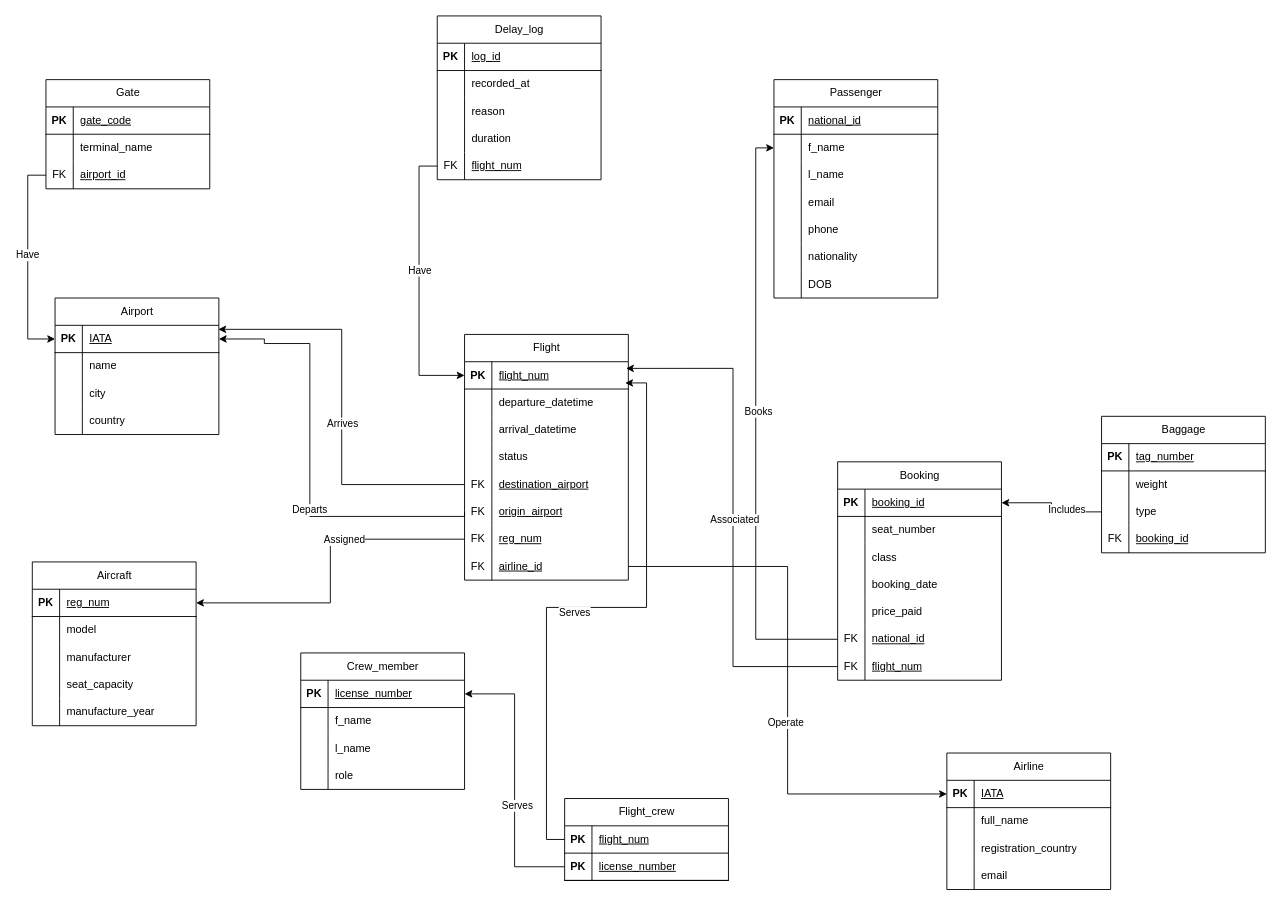
Earlier version of the draw.io diagram CR-001/SAS_Mapping_Update.drawio (Mohammed-Alhassni/Database-Project-SkyTrack-Airline-System). Source tidied: cells renumbered, new cells numbered last; positions are measured from the earlier drawing's top-left corner, leaving out a move shared by most shapes. Both pictures are drawn from the tidied source at 91%, with x=0, y=0 at pixel (32, 15).
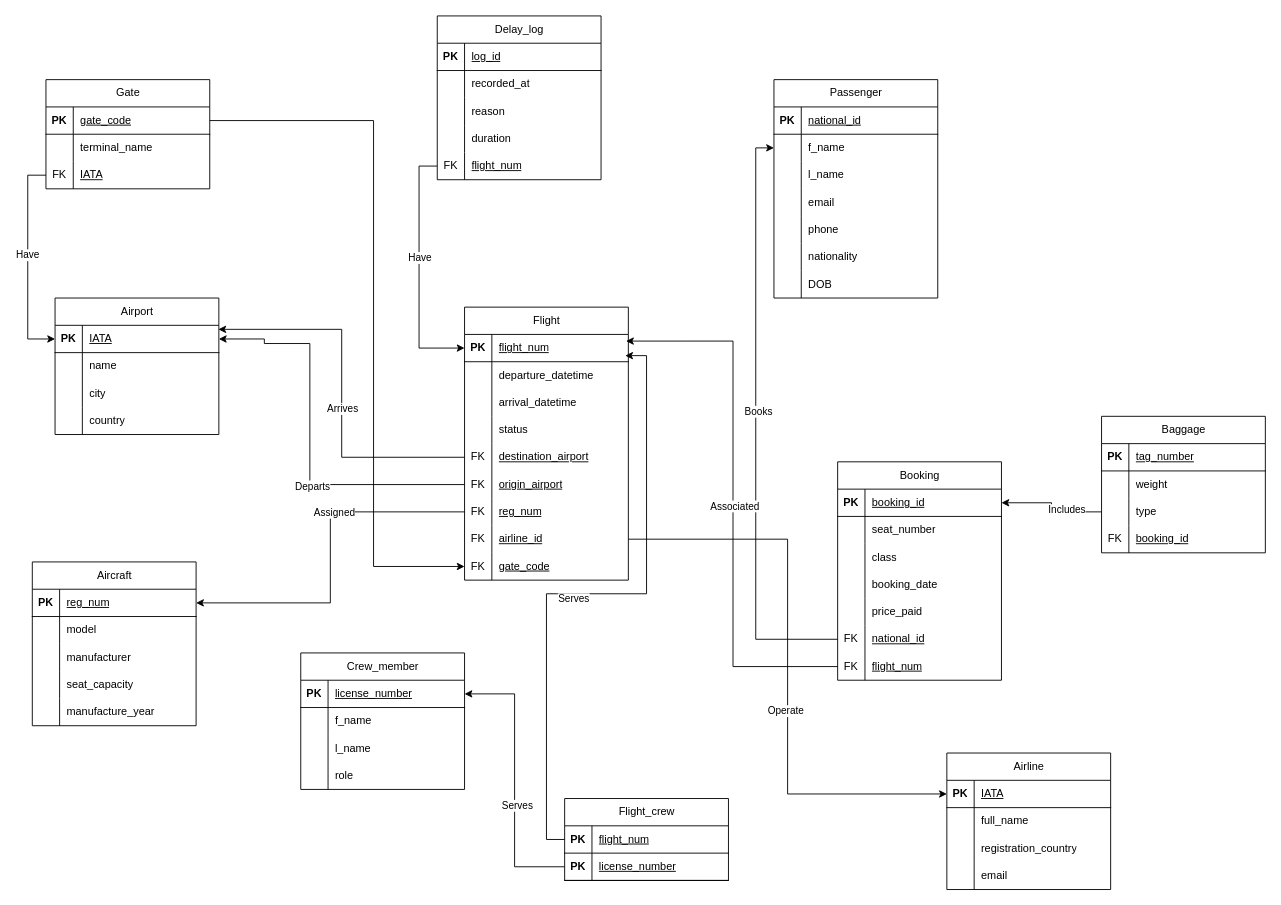
Above is the later version.

Commit message:
Fixed missing foreign key between flight and gate

Unchanged cells that the change refers to:
```xml
<mxCell id="40" style="shape=tableRow;horizontal=0;startSize=0;swimlaneHead=0;swimlaneBody=0;fillColor=none;points=[[0,0.5],[1,0.5]];portConstraint=eastwest;top=0;left=0;right=0;bottom=0;" parent="24" vertex="1">
  <mxGeometry y="180" width="180" height="30" as="geometry" />
</mxCell>
<mxCell id="63" style="shape=tableRow;horizontal=0;startSize=0;swimlaneHead=0;swimlaneBody=0;fillColor=none;points=[[0,0.5],[1,0.5]];portConstraint=eastwest;top=0;left=0;right=0;bottom=1;" parent="62" vertex="1">
  <mxGeometry y="30" width="180" height="30" as="geometry" />
</mxCell>
<mxCell id="168" style="shape=tableRow;horizontal=0;startSize=0;swimlaneHead=0;swimlaneBody=0;fillColor=none;points=[[0,0.5],[1,0.5]];portConstraint=eastwest;top=0;left=0;right=0;bottom=1;" parent="167" vertex="1">
  <mxGeometry y="30" width="180" height="30" as="geometry" />
</mxCell>
<mxCell id="174" style="shape=tableRow;horizontal=0;startSize=0;swimlaneHead=0;swimlaneBody=0;fillColor=none;points=[[0,0.5],[1,0.5]];portConstraint=eastwest;top=0;left=0;right=0;bottom=0;" parent="167" vertex="1">
  <mxGeometry y="90" width="180" height="30" as="geometry" />
</mxCell>
```

The edit, as a diff of the source:
```diff
@@
     <mxCell id="24" value="&lt;span style=&quot;font-weight: 400; white-space: normal;&quot;&gt;Flight&lt;/span&gt;" style="shape=table;startSize=30;childLayout=tableLayout;rowLines=0;fontStyle=1;align=center;html=1;" parent="1" vertex="1">
-      <mxGeometry x="475" y="350" width="180" height="270" as="geometry" />
+      <mxGeometry x="475" y="320" width="180" height="300" as="geometry" />
     </mxCell>
@@
+    <mxCell id="196" style="shape=tableRow;horizontal=0;startSize=0;swimlaneHead=0;swimlaneBody=0;fillColor=none;points=[[0,0.5],[1,0.5]];portConstraint=eastwest;top=0;left=0;right=0;bottom=0;" parent="24" vertex="1">
+      <mxGeometry y="270" width="180" height="30" as="geometry" />
+    </mxCell>
+    <mxCell id="197" value="FK" style="shape=partialRectangle;fillColor=none;top=0;left=0;bottom=0;right=0;overflow=hidden;whiteSpace=wrap;html=1;" parent="196" vertex="1">
+      <mxGeometry width="30" height="30" as="geometry" />
+    </mxCell>
+    <mxCell id="198" value="&lt;div style=&quot;text-align: center;&quot;&gt;&lt;span style=&quot;background-color: transparent; color: light-dark(rgb(0, 0, 0), rgb(255, 255, 255));&quot;&gt;&lt;u&gt;gate_code&lt;/u&gt;&lt;/span&gt;&lt;/div&gt;" style="shape=partialRectangle;fillColor=none;top=0;left=0;bottom=0;right=0;align=left;spacingLeft=6;overflow=hidden;whiteSpace=wrap;html=1;" parent="196" vertex="1">
+      <mxGeometry x="30" width="150" height="30" as="geometry" />
+    </mxCell>
@@
     <mxCell id="132" style="edgeStyle=orthogonalEdgeStyle;rounded=0;jettySize=auto;html=1;exitX=0;exitY=0.5;exitDx=0;exitDy=0;entryX=1;entryY=0.5;entryDx=0;entryDy=0;" parent="1" edge="1" source="40" target="63">
       <mxGeometry relative="1" as="geometry">
         <Array as="points">
-          <mxPoint x="475" y="550" />
-          <mxPoint x="305" y="550" />
+          <mxPoint x="305" y="515" />
           <mxPoint x="305" y="360" />
           <mxPoint x="255" y="360" />
           <mxPoint x="255" y="355" />
         </Array>
       </mxGeometry>
     </mxCell>
@@
-    <mxCell id="176" value="&lt;span style=&quot;text-align: center; text-decoration: underline;&quot;&gt;airport_id&lt;/span&gt;" style="shape=partialRectangle;fillColor=none;top=0;left=0;bottom=0;right=0;align=left;spacingLeft=6;overflow=hidden;whiteSpace=wrap;html=1;" parent="174" vertex="1">
+    <mxCell id="176" value="&lt;span style=&quot;text-align: center; text-decoration: underline;&quot;&gt;IATA&lt;/span&gt;" style="shape=partialRectangle;fillColor=none;top=0;left=0;bottom=0;right=0;align=left;spacingLeft=6;overflow=hidden;whiteSpace=wrap;html=1;" parent="174" vertex="1">
       <mxGeometry x="30" width="150" height="30" as="geometry" />
     </mxCell>
@@
+    <mxCell id="199" style="edgeStyle=orthogonalEdgeStyle;rounded=0;jettySize=auto;html=1;exitX=1;exitY=0.5;exitDx=0;exitDy=0;entryX=0;entryY=0.5;entryDx=0;entryDy=0;" parent="1" edge="1" source="168" target="196">
+      <mxGeometry relative="1" as="geometry">
+        <Array as="points">
+          <mxPoint x="375" y="115" />
+          <mxPoint x="375" y="605" />
+        </Array>
+      </mxGeometry>
+    </mxCell>
```
